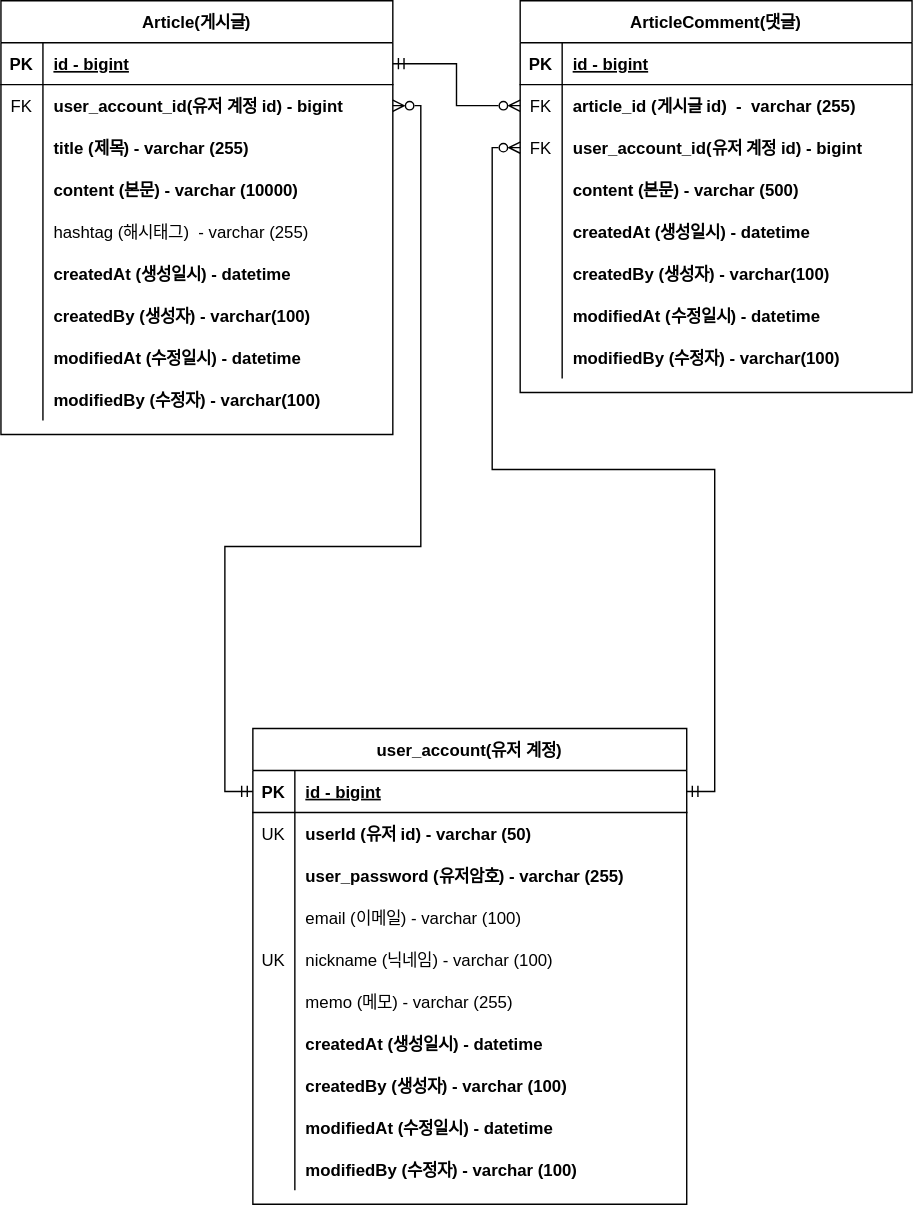
Above: document/project-board-erd.svg in jyc-coder/bulletin-board (draw.io), before the change. Source tidied: cells renumbered, new cells last; positions are measured from the earlier drawing's top-left corner, leaving out a move shared by most shapes.
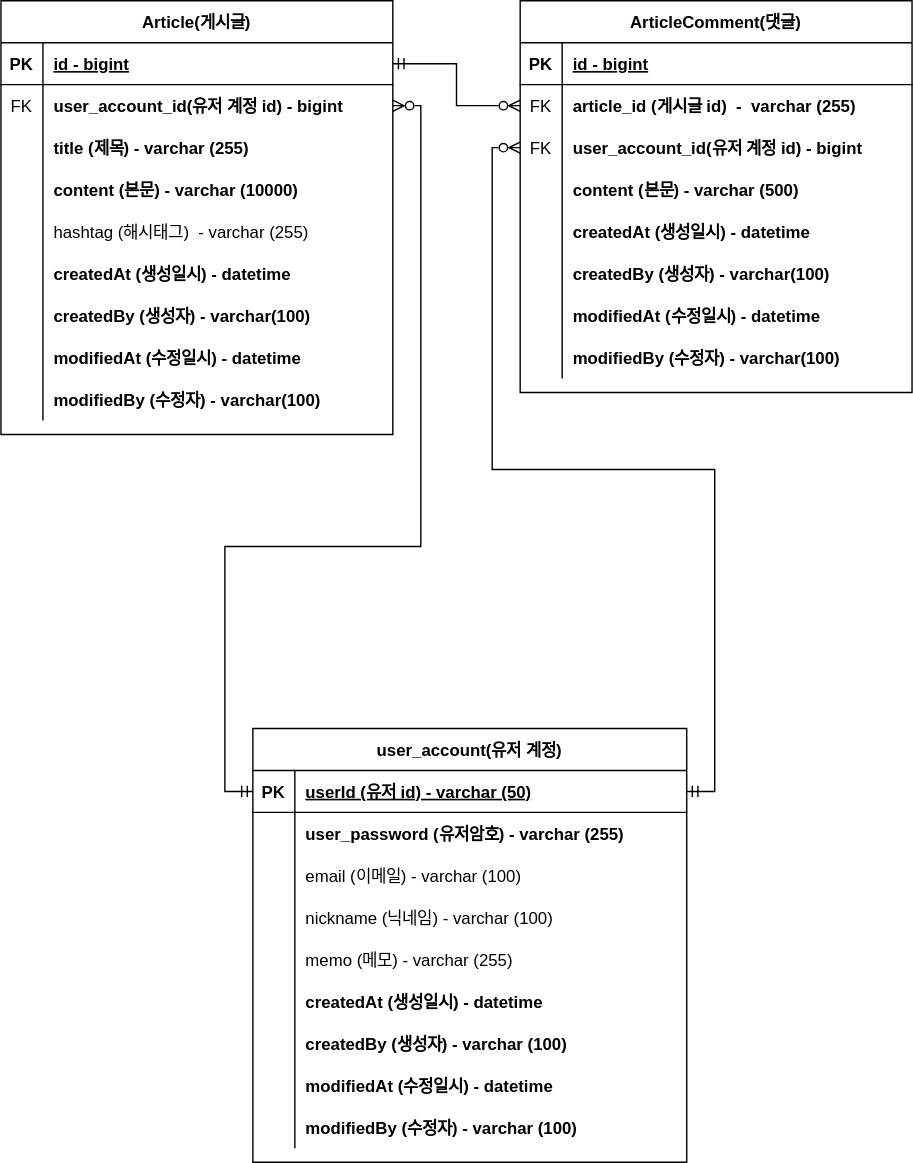
The same file after the commit.

Commit message:
ERD 문서 수정 : 회원 계정 user_id를 PK로 변경

Change to the diagram source:
```diff
@@ -177,7 +177,7 @@
       <mxGeometry x="240" y="530" width="270" height="30" as="geometry" />
     </mxCell>
     <mxCell id="60" value="user_account(유저 계정)" style="shape=table;startSize=30;rowLines=0;fontStyle=1;align=center;shadow=0;strokeColor=#000000;" parent="1" vertex="1">
-      <mxGeometry x="180" y="520" width="310" height="340" as="geometry" />
+      <mxGeometry x="180" y="520" width="310" height="310" as="geometry" />
     </mxCell>
     <mxCell id="61" style="shape=tableRow;horizontal=0;startSize=0;swimlaneHead=0;swimlaneBody=0;fillColor=none;points=[[0,0.5],[1,0.5]];portConstraint=eastwest;top=0;left=0;right=0;bottom=1;shadow=0;strokeColor=#000000;" parent="60" vertex="1">
       <mxGeometry y="30" width="310" height="30" as="geometry" />
@@ -185,20 +185,11 @@
     <mxCell id="62" value="PK" style="shape=partialRectangle;fillColor=none;top=0;left=0;bottom=0;right=0;fontStyle=1;overflow=hidden;shadow=0;strokeColor=#000000;" parent="61" vertex="1">
       <mxGeometry width="30" height="30" as="geometry" />
     </mxCell>
-    <mxCell id="63" value="id - bigint" style="shape=partialRectangle;fillColor=none;top=0;left=0;bottom=0;right=0;align=left;spacingLeft=6;fontStyle=5;overflow=hidden;shadow=0;strokeColor=#000000;" parent="61" vertex="1">
+    <mxCell id="63" value="userId (유저 id) - varchar (50)" style="shape=partialRectangle;fillColor=none;top=0;left=0;bottom=0;right=0;align=left;spacingLeft=6;fontStyle=5;overflow=hidden;shadow=0;strokeColor=#000000;" parent="61" vertex="1">
       <mxGeometry x="30" width="280" height="30" as="geometry" />
     </mxCell>
-    <mxCell id="64" style="shape=tableRow;horizontal=0;startSize=0;swimlaneHead=0;swimlaneBody=0;fillColor=none;top=0;left=0;right=0;bottom=0;shadow=0;strokeColor=#000000;" parent="60" vertex="1">
-      <mxGeometry y="60" width="310" height="30" as="geometry" />
-    </mxCell>
-    <mxCell id="65" value="UK" style="shape=partialRectangle;fillColor=none;top=0;left=0;bottom=0;right=0;overflow=hidden;shadow=0;strokeColor=#000000;" parent="64" vertex="1">
-      <mxGeometry width="30" height="30" as="geometry" />
-    </mxCell>
-    <mxCell id="66" value="userId (유저 id) - varchar (50)" style="shape=partialRectangle;fillColor=none;top=0;left=0;bottom=0;right=0;align=left;spacingLeft=6;overflow=hidden;shadow=0;strokeColor=#000000;fontStyle=1;" parent="64" vertex="1">
-      <mxGeometry x="30" width="280" height="30" as="geometry" />
-    </mxCell>
     <mxCell id="67" style="shape=tableRow;horizontal=0;startSize=0;swimlaneHead=0;swimlaneBody=0;fillColor=none;top=0;left=0;right=0;bottom=0;shadow=0;strokeColor=#000000;" parent="60" vertex="1">
-      <mxGeometry y="90" width="310" height="30" as="geometry" />
+      <mxGeometry y="60" width="310" height="30" as="geometry" />
     </mxCell>
     <mxCell id="68" style="shape=partialRectangle;fillColor=none;top=0;left=0;bottom=0;right=0;overflow=hidden;shadow=0;strokeColor=#000000;" parent="67" vertex="1">
       <mxGeometry width="30" height="30" as="geometry" />
@@ -207,7 +198,7 @@
       <mxGeometry x="30" width="280" height="30" as="geometry" />
     </mxCell>
     <mxCell id="70" style="shape=tableRow;horizontal=0;startSize=0;swimlaneHead=0;swimlaneBody=0;fillColor=none;top=0;left=0;right=0;bottom=0;shadow=0;strokeColor=#000000;" parent="60" vertex="1">
-      <mxGeometry y="120" width="310" height="30" as="geometry" />
+      <mxGeometry y="90" width="310" height="30" as="geometry" />
     </mxCell>
     <mxCell id="71" style="shape=partialRectangle;fillColor=none;top=0;left=0;bottom=0;right=0;overflow=hidden;shadow=0;strokeColor=#000000;" parent="70" vertex="1">
       <mxGeometry width="30" height="30" as="geometry" />
@@ -216,16 +207,16 @@
       <mxGeometry x="30" width="280" height="30" as="geometry" />
     </mxCell>
     <mxCell id="73" style="shape=tableRow;horizontal=0;startSize=0;swimlaneHead=0;swimlaneBody=0;fillColor=none;top=0;left=0;right=0;bottom=0;shadow=0;strokeColor=#000000;" parent="60" vertex="1">
-      <mxGeometry y="150" width="310" height="30" as="geometry" />
+      <mxGeometry y="120" width="310" height="30" as="geometry" />
     </mxCell>
-    <mxCell id="74" value="UK" style="shape=partialRectangle;fillColor=none;top=0;left=0;bottom=0;right=0;overflow=hidden;shadow=0;strokeColor=#000000;" parent="73" vertex="1">
+    <mxCell id="74" style="shape=partialRectangle;fillColor=none;top=0;left=0;bottom=0;right=0;overflow=hidden;shadow=0;strokeColor=#000000;" parent="73" vertex="1">
       <mxGeometry width="30" height="30" as="geometry" />
     </mxCell>
     <mxCell id="75" value="nickname (닉네임) - varchar (100)" style="shape=partialRectangle;fillColor=none;top=0;left=0;bottom=0;right=0;align=left;spacingLeft=6;overflow=hidden;shadow=0;strokeColor=#000000;" parent="73" vertex="1">
       <mxGeometry x="30" width="280" height="30" as="geometry" />
     </mxCell>
     <mxCell id="76" style="shape=tableRow;horizontal=0;startSize=0;swimlaneHead=0;swimlaneBody=0;fillColor=none;top=0;left=0;right=0;bottom=0;shadow=0;strokeColor=#000000;" parent="60" vertex="1">
-      <mxGeometry y="180" width="310" height="30" as="geometry" />
+      <mxGeometry y="150" width="310" height="30" as="geometry" />
     </mxCell>
     <mxCell id="77" style="shape=partialRectangle;fillColor=none;top=0;left=0;bottom=0;right=0;overflow=hidden;shadow=0;strokeColor=#000000;" parent="76" vertex="1">
       <mxGeometry width="30" height="30" as="geometry" />
@@ -234,7 +225,7 @@
       <mxGeometry x="30" width="280" height="30" as="geometry" />
     </mxCell>
     <mxCell id="79" style="shape=tableRow;horizontal=0;startSize=0;swimlaneHead=0;swimlaneBody=0;fillColor=none;top=0;left=0;right=0;bottom=0;shadow=0;strokeColor=#000000;" parent="60" vertex="1">
-      <mxGeometry y="210" width="310" height="30" as="geometry" />
+      <mxGeometry y="180" width="310" height="30" as="geometry" />
     </mxCell>
     <mxCell id="80" style="shape=partialRectangle;fillColor=none;top=0;left=0;bottom=0;right=0;overflow=hidden;shadow=0;strokeColor=#000000;" parent="79" vertex="1">
       <mxGeometry width="30" height="30" as="geometry" />
@@ -243,7 +234,7 @@
       <mxGeometry x="30" width="280" height="30" as="geometry" />
     </mxCell>
     <mxCell id="82" style="shape=tableRow;horizontal=0;startSize=0;swimlaneHead=0;swimlaneBody=0;fillColor=none;top=0;left=0;right=0;bottom=0;shadow=0;strokeColor=#000000;" parent="60" vertex="1">
-      <mxGeometry y="240" width="310" height="30" as="geometry" />
+      <mxGeometry y="210" width="310" height="30" as="geometry" />
     </mxCell>
     <mxCell id="83" style="shape=partialRectangle;fillColor=none;top=0;left=0;bottom=0;right=0;overflow=hidden;shadow=0;strokeColor=#000000;" parent="82" vertex="1">
       <mxGeometry width="30" height="30" as="geometry" />
@@ -252,7 +243,7 @@
       <mxGeometry x="30" width="280" height="30" as="geometry" />
     </mxCell>
     <mxCell id="85" style="shape=tableRow;horizontal=0;startSize=0;swimlaneHead=0;swimlaneBody=0;fillColor=none;top=0;left=0;right=0;bottom=0;shadow=0;strokeColor=#000000;" parent="60" vertex="1">
-      <mxGeometry y="270" width="310" height="30" as="geometry" />
+      <mxGeometry y="240" width="310" height="30" as="geometry" />
     </mxCell>
     <mxCell id="86" style="shape=partialRectangle;fillColor=none;top=0;left=0;bottom=0;right=0;overflow=hidden;shadow=0;strokeColor=#000000;" parent="85" vertex="1">
       <mxGeometry width="30" height="30" as="geometry" />
@@ -261,7 +252,7 @@
       <mxGeometry x="30" width="280" height="30" as="geometry" />
     </mxCell>
     <mxCell id="88" style="shape=tableRow;horizontal=0;startSize=0;swimlaneHead=0;swimlaneBody=0;fillColor=none;top=0;left=0;right=0;bottom=0;shadow=0;strokeColor=#000000;" parent="60" vertex="1">
-      <mxGeometry y="300" width="310" height="30" as="geometry" />
+      <mxGeometry y="270" width="310" height="30" as="geometry" />
     </mxCell>
     <mxCell id="89" style="shape=partialRectangle;fillColor=none;top=0;left=0;bottom=0;right=0;overflow=hidden;shadow=0;strokeColor=#000000;" parent="88" vertex="1">
       <mxGeometry width="30" height="30" as="geometry" />
```
